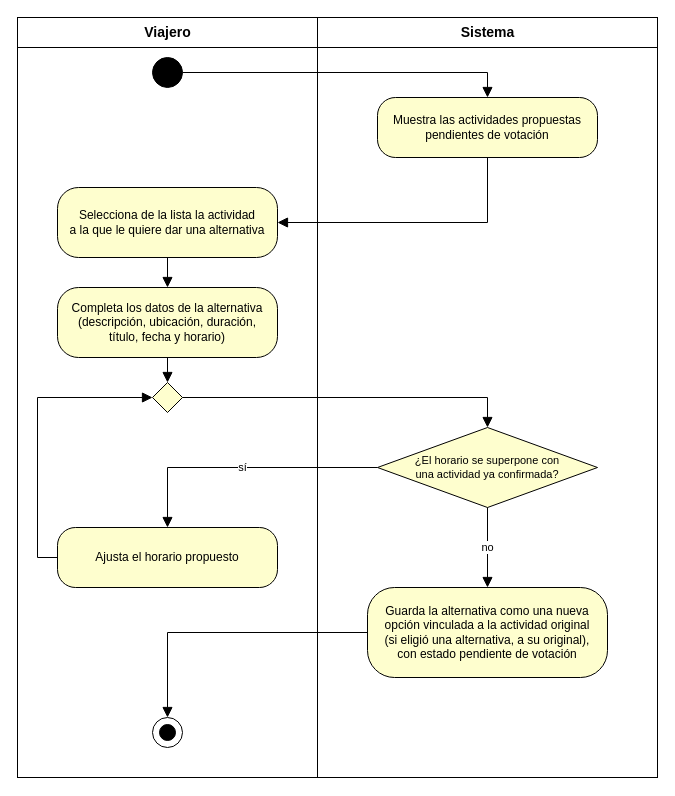
Before: page "Proponiendo alternativa de actividad" (3 of 11) of docs/diagramas.drawio in tomashsieh7/organizacion_viajes, a draw.io diagram. Source tidied: cells renumbered, new cells numbered last; positions are measured from the earlier drawing's top-left corner, leaving out a move shared by most shapes. Both pictures are drawn from the tidied source at 100%, with x=0, y=0 at pixel (17, 17).
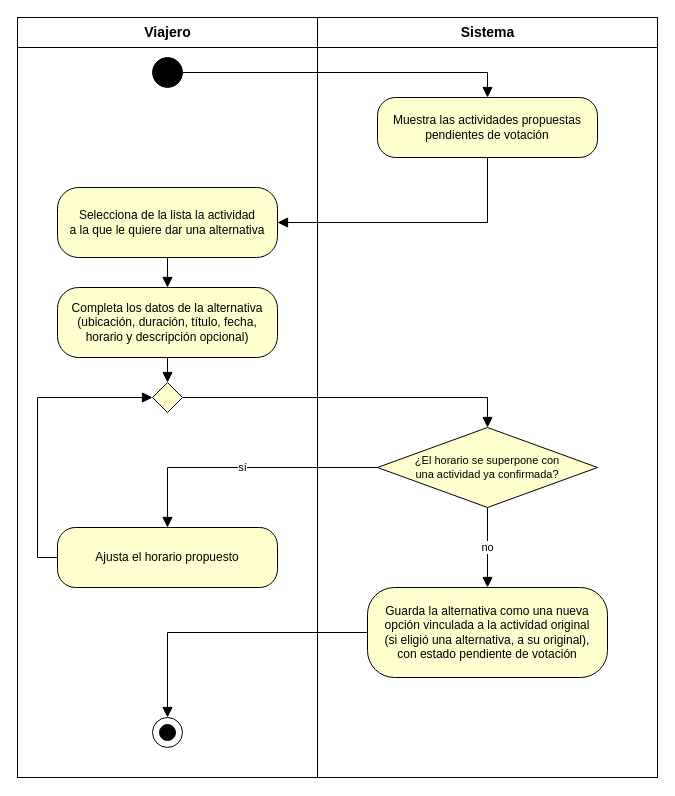
Above is the later version.

Diff of the diagram source:
```diff
@@
-    <mxCell id="9" value="Completa los datos de la alternativa&lt;br&gt;(descripción, ubicación, duración,&lt;br&gt;título, fecha y horario)" style="rounded=1;whiteSpace=wrap;html=1;fillColor=#FEFECE;strokeColor=light-dark(#000000,#FFFFFF);arcSize=30;fontSize=12;" parent="1" vertex="1">
+    <mxCell id="9" value="Completa los datos de la alternativa&lt;br&gt;(ubicación, duración, título, fecha,&lt;br&gt;horario y descripción opcional)" style="rounded=1;whiteSpace=wrap;html=1;fillColor=#FEFECE;strokeColor=light-dark(#000000,#FFFFFF);arcSize=30;fontSize=12;" parent="1" vertex="1">
       <mxGeometry x="40" y="270" width="220" height="70" as="geometry" />
     </mxCell>
```
